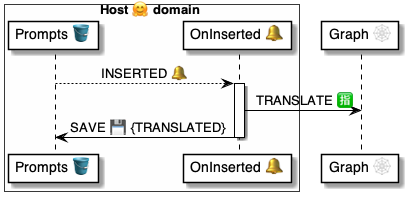
Above: 4 ⚙️ Solution/41 🎭 Domain Roles/Hosts 🤗/🤗🪣 Host tables/Prompts 🤔 table/🪣🔔 11 Inserted/🤗 OnHostPromptInserted ⚙️ uml.png in pollyweb-org/pollyweb-docs (PlantUML), before the change. Its source is kept beside it as 4 ⚙️ Solution/41 🎭 Domain Roles/Hosts 🤗/🤗🪣 Host tables/Prompts 🤔 table/🪣🔔 11 Inserted/🤗 OnHostPromptInserted ⚙️ uml.puml.
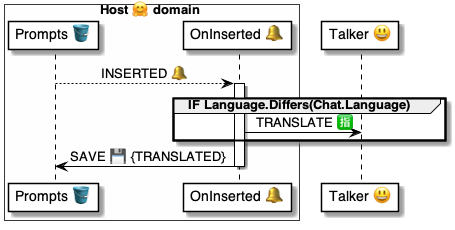
After the commit.

The edit, as a diff of the source:
```diff
@@ -4,11 +4,15 @@
     participant "Prompts 🪣" as prompts
     participant "OnInserted 🔔" as handler
 end box
-participant "Graph 🕸" as graph
+participant "Talker 😃" as talker
 
 prompts --> handler: INSERTED 🔔
 activate handler
-    handler -> graph: TRANSLATE 🈯
+
+    group IF Language.Differs(Chat.Language)
+        handler -> talker: TRANSLATE 🈯
+    end group
+
     handler -> prompts: SAVE 💾 {TRANSLATED}
 deactivate handler
 
```
